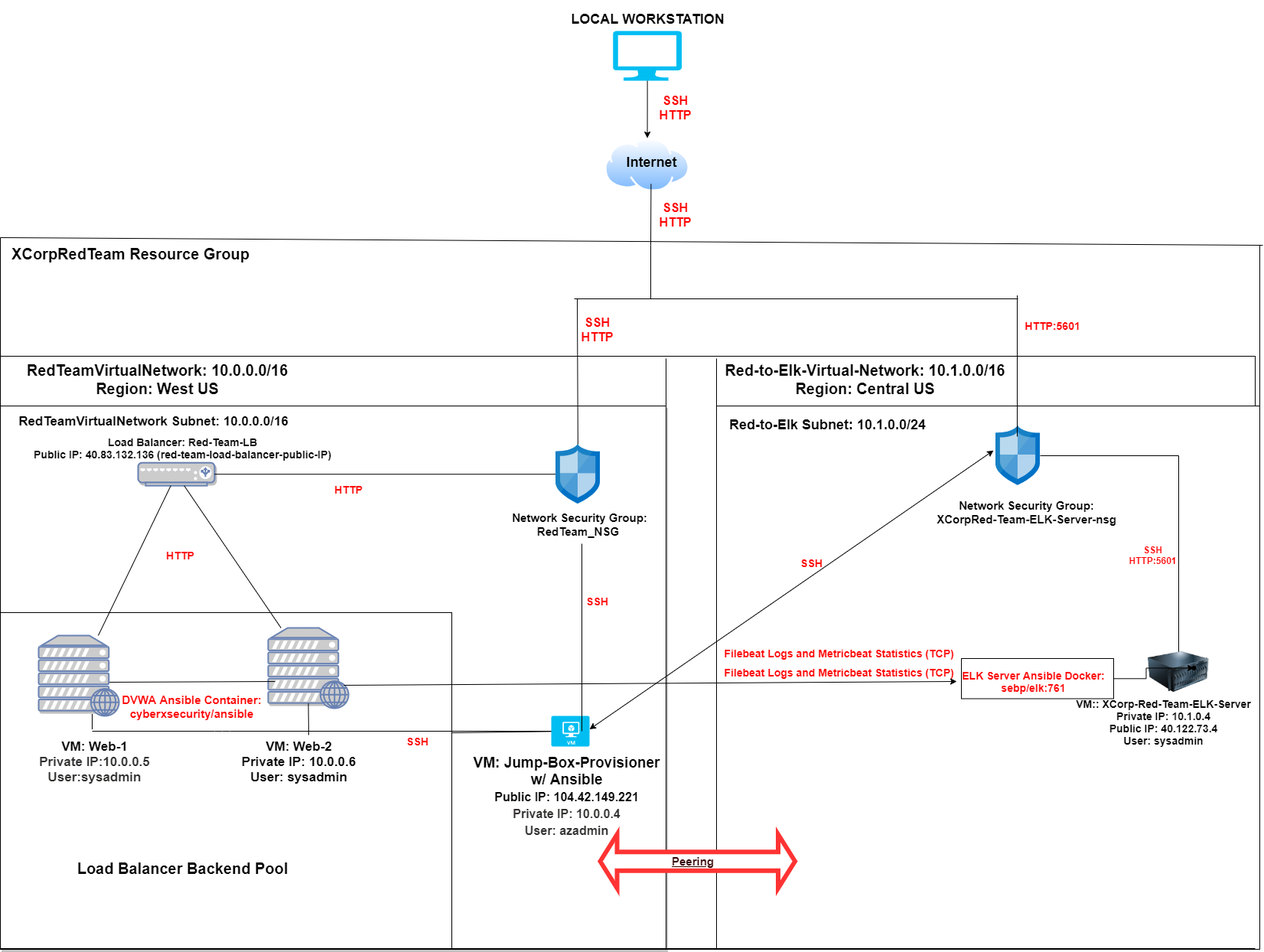
Before: Diagrams/CloudDiagram.png, a diagram exported from draw.io (Ringoshiro/T_Applewhite_Project_1). Source tidied: cells renumbered, new cells last; positions are measured from the earlier drawing's top-left corner, leaving out a move shared by most shapes.
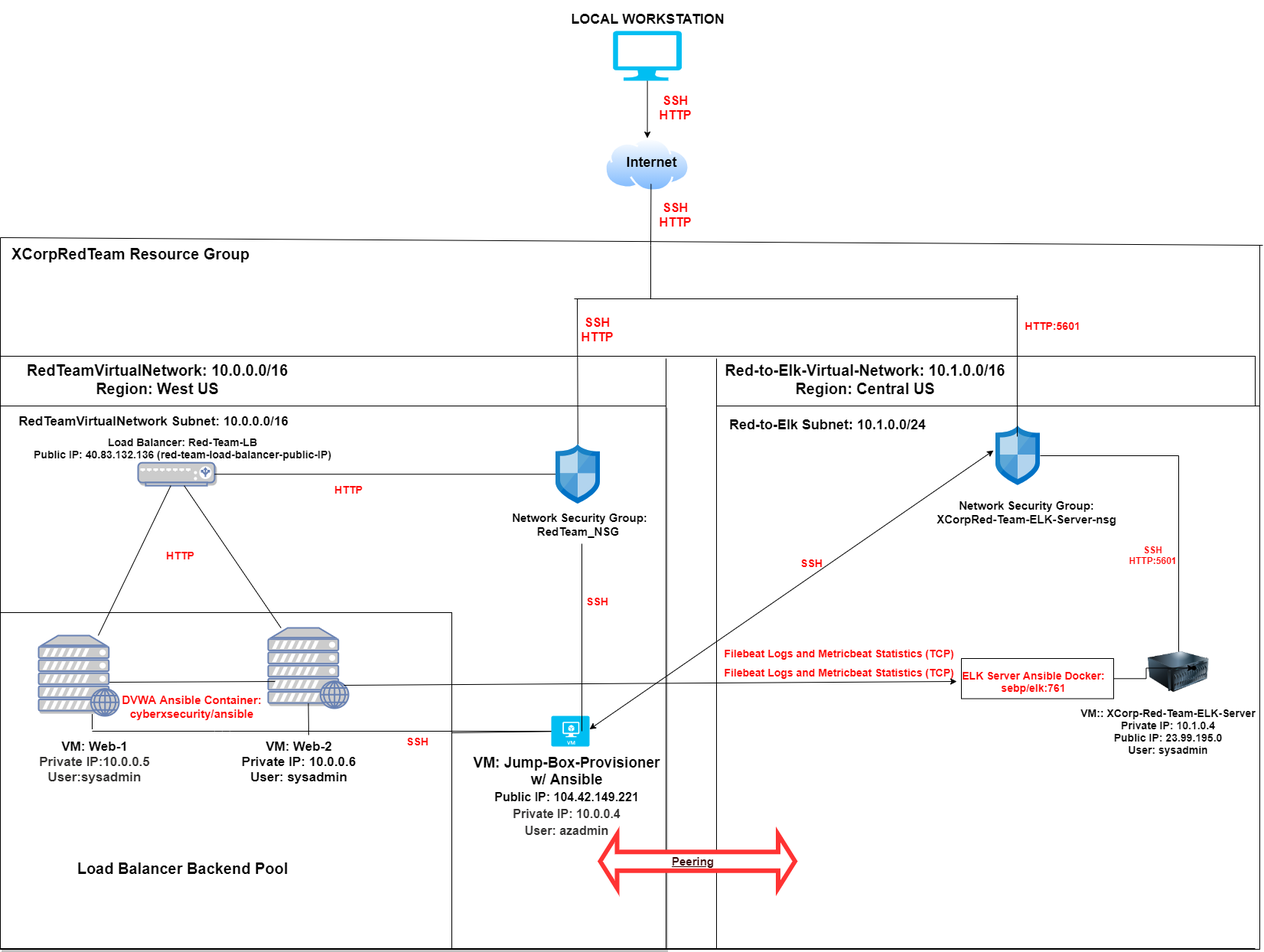
The same file after the commit.

What changed in the source:
```diff
@@ -280,8 +280,8 @@
     <mxCell id="74" style="swimlane;startSize=0;" parent="1" vertex="1" collapsed="1">
       <mxGeometry x="1256" y="860" width="199" height="52.5" as="geometry" />
     </mxCell>
-    <mxCell id="75" value="&lt;h4&gt;&lt;font style=&quot;font-size: 14px&quot;&gt;VM:: XCorp-Red-Team-ELK-Server&lt;br&gt;&lt;/font&gt;&lt;font style=&quot;font-size: 14px&quot;&gt;Private IP: 10.1.0.4&lt;br&gt;&lt;/font&gt;&lt;font style=&quot;font-size: 14px&quot;&gt;Public IP: 40.122.73.4&lt;br&gt;&lt;/font&gt;&lt;font style=&quot;font-size: 14px&quot;&gt;User: sysadmin&lt;/font&gt;&lt;/h4&gt;" style="text;html=1;align=center;verticalAlign=middle;fillColor=none;strokeColor=none;rounded=0;fontStyle=1;" parent="1" vertex="1">
-      <mxGeometry x="1400" y="892.5" width="240" height="100" as="geometry" />
+    <mxCell id="75" value="&lt;h4&gt;&lt;font style=&quot;font-size: 14px&quot;&gt;VM:: XCorp-Red-Team-ELK-Server&lt;br&gt;&lt;/font&gt;&lt;font style=&quot;font-size: 14px&quot;&gt;Private IP: 10.1.0.4&lt;br&gt;&lt;/font&gt;&lt;font style=&quot;font-size: 14px&quot;&gt;Public IP: 23.99.195.0&lt;br&gt;&lt;/font&gt;&lt;font style=&quot;font-size: 14px&quot;&gt;User: sysadmin&lt;/font&gt;&lt;/h4&gt;" style="text;html=1;align=center;verticalAlign=middle;fillColor=none;strokeColor=none;rounded=0;fontStyle=1;" parent="1" vertex="1">
+      <mxGeometry x="1406" y="905" width="240" height="100" as="geometry" />
     </mxCell>
   </root>
 </mxGraphModel>
```
